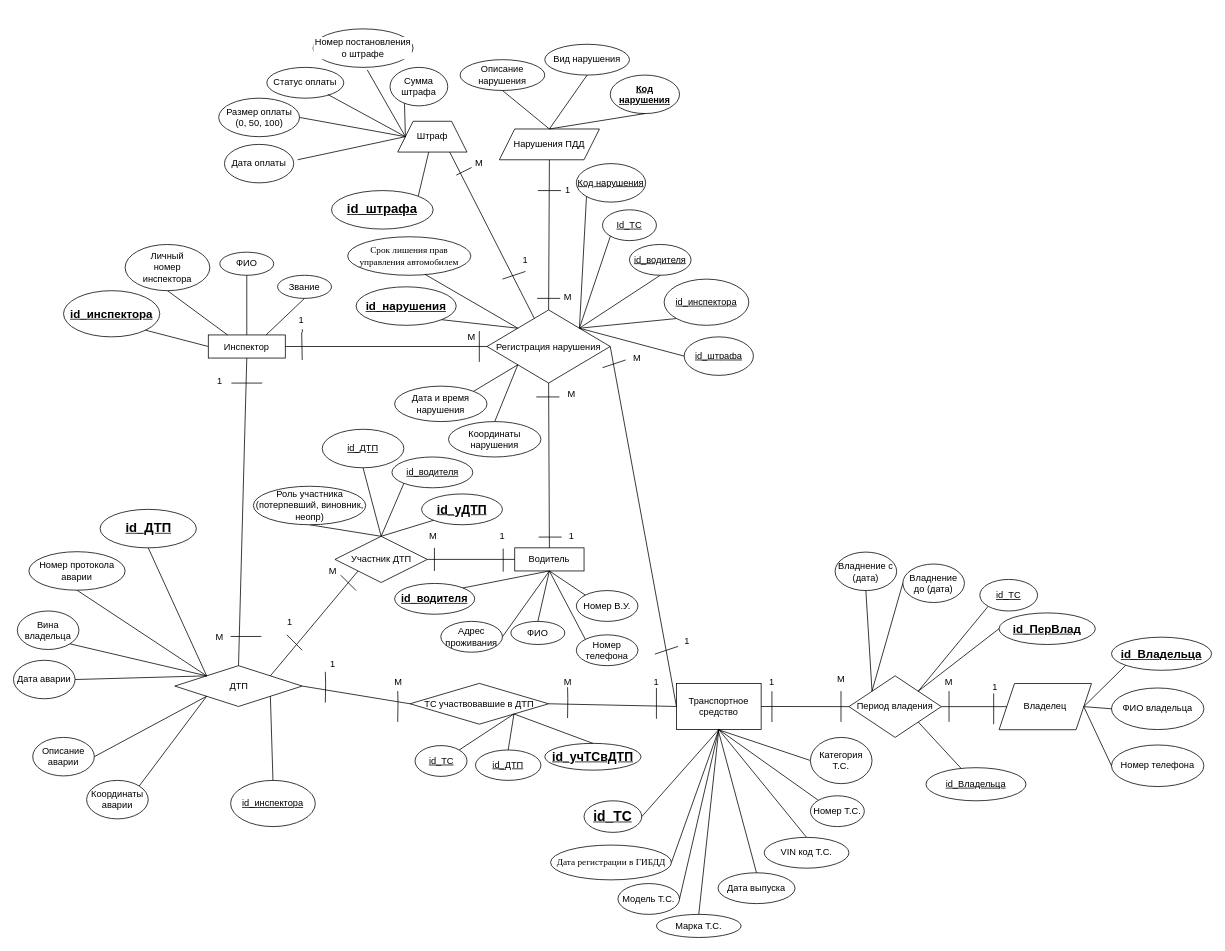
The draw.io diagram page "Страница — 1" (1 of 2) of Диаграмма без названия.drawio in GAIshnik02/dbLab2, before the edit. Source tidied: cells renumbered, new cells numbered last; positions are measured from the earlier drawing's top-left corner, leaving out a move shared by most shapes. Both pictures are drawn from the tidied source at 77%, with x=0, y=0 at pixel (13, 28).
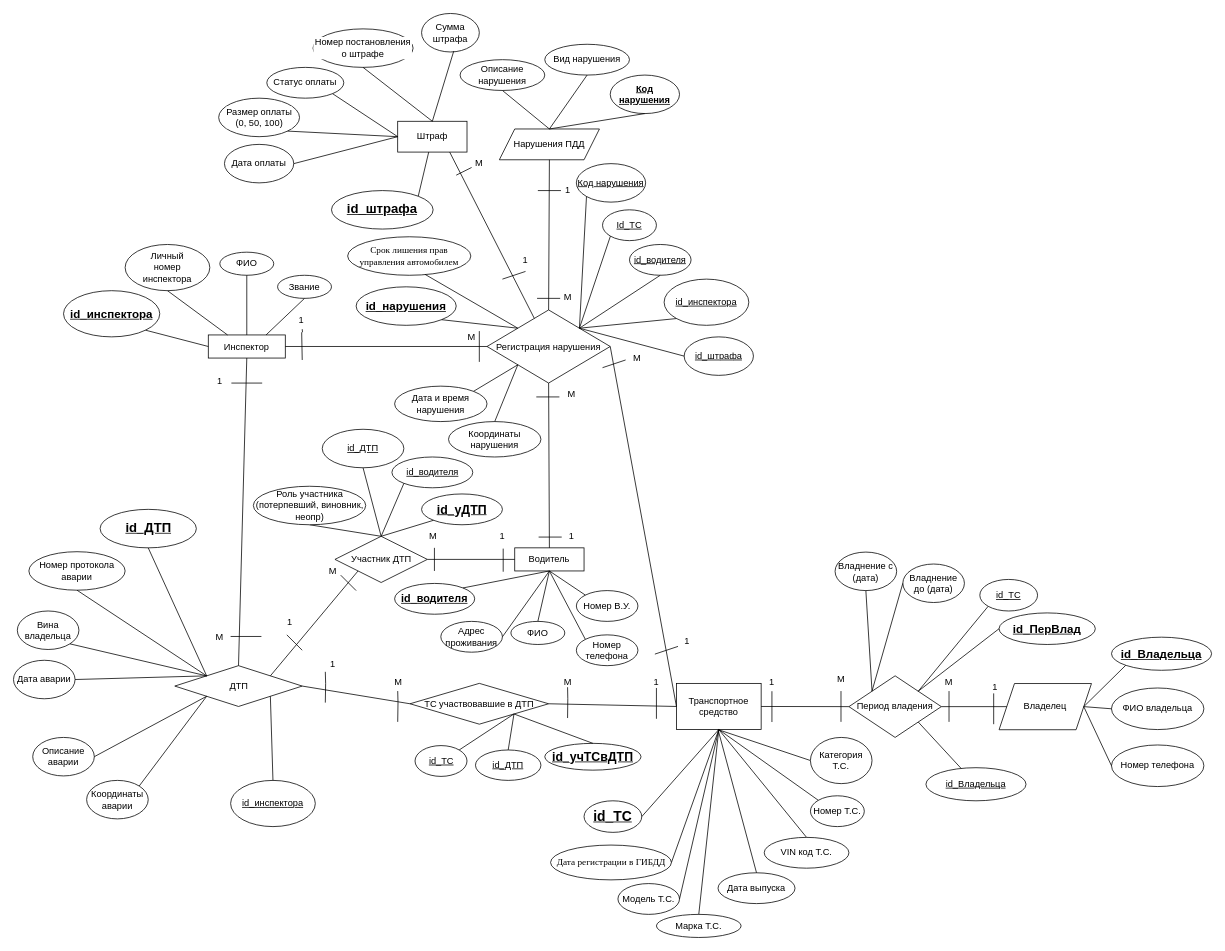
Above is the later version.

Unchanged cells that the change refers to:
```xml
<mxCell id="43" value="Размер оплаты&lt;div&gt;(0, 50, 100)&lt;/div&gt;" style="ellipse;whiteSpace=wrap;html=1;labelBackgroundColor=#FFFFFF;" parent="1" vertex="1">
  <mxGeometry x="266.5" y="90" width="105" height="50" as="geometry" />
</mxCell>
<mxCell id="44" value="Статус оплаты" style="ellipse;whiteSpace=wrap;html=1;labelBackgroundColor=#FFFFFF;" parent="1" vertex="1">
  <mxGeometry x="329" y="50" width="100" height="40" as="geometry" />
</mxCell>
<mxCell id="45" value="Дата оплаты" style="ellipse;whiteSpace=wrap;html=1;fontStyle=0;labelBackgroundColor=#FFFFFF;" parent="1" vertex="1">
  <mxGeometry x="274" y="150" width="90" height="50" as="geometry" />
</mxCell>
<mxCell id="46" value="Номер постановления о штрафе" style="ellipse;whiteSpace=wrap;html=1;fontStyle=0;labelBackgroundColor=#FFFFFF;" parent="1" vertex="1">
  <mxGeometry x="389" width="130" height="50" as="geometry" />
</mxCell>
```

Change to the diagram source:
```diff
@@
-    <mxCell id="56" value="Штраф" style="shape=trapezoid;perimeter=trapezoidPerimeter;whiteSpace=wrap;html=1;fixedSize=1;labelBackgroundColor=#FFFFFF;" parent="1" vertex="1">
+    <mxCell id="56" value="Штраф" style="rounded=0;whiteSpace=wrap;html=1;" parent="1" vertex="1">
       <mxGeometry x="499" y="120" width="90" height="40" as="geometry" />
     </mxCell>
@@
     <mxCell id="60" value="Сумма штрафа" style="ellipse;whiteSpace=wrap;html=1;" parent="1" vertex="1">
-      <mxGeometry x="489" y="50" width="75" height="50" as="geometry" />
+      <mxGeometry x="530" y="-20" width="75" height="50" as="geometry" />
     </mxCell>
@@
-    <mxCell id="68" style="endArrow=none;html=1;rounded=0;entryX=0.542;entryY=1.064;entryDx=0;entryDy=0;entryPerimeter=0;" parent="1" edge="1" target="46">
-      <mxGeometry relative="1" as="geometry">
-        <mxPoint x="509" y="140" as="sourcePoint" />
-      </mxGeometry>
-    </mxCell>
-    <mxCell id="69" style="endArrow=none;html=1;rounded=0;entryX=1;entryY=0.5;entryDx=0;entryDy=0;" parent="1" edge="1" target="43">
-      <mxGeometry relative="1" as="geometry">
-        <mxPoint x="509" y="140" as="sourcePoint" />
-      </mxGeometry>
-    </mxCell>
-    <mxCell id="70" style="endArrow=none;html=1;rounded=0;entryX=0.792;entryY=0.88;entryDx=0;entryDy=0;entryPerimeter=0;" parent="1" edge="1" target="44">
-      <mxGeometry relative="1" as="geometry">
-        <mxPoint x="509" y="140" as="sourcePoint" />
-      </mxGeometry>
-    </mxCell>
-    <mxCell id="71" style="endArrow=none;html=1;rounded=0;exitX=0;exitY=0.5;exitDx=0;exitDy=0;" parent="1" edge="1" source="56">
-      <mxGeometry relative="1" as="geometry">
-        <mxPoint x="369" y="170" as="targetPoint" />
-      </mxGeometry>
-    </mxCell>
-    <mxCell id="72" style="endArrow=none;html=1;rounded=0;entryX=0.251;entryY=0.935;entryDx=0;entryDy=0;exitX=0;exitY=0.5;exitDx=0;exitDy=0;entryPerimeter=0;" parent="1" edge="1" source="56" target="60">
-      <mxGeometry relative="1" as="geometry">
-        <Array as="points">
-          <mxPoint x="509" y="140" />
-        </Array>
-      </mxGeometry>
-    </mxCell>
@@
+    <mxCell id="72" style="endArrow=none;html=1;rounded=0;entryX=0.557;entryY=0.978;entryDx=0;entryDy=0;entryPerimeter=0;exitX=0.5;exitY=0;exitDx=0;exitDy=0;" parent="1" edge="1" source="56" target="60">
+      <mxGeometry relative="1" as="geometry" />
+    </mxCell>
+    <mxCell id="189" style="endArrow=none;html=1;rounded=0;exitX=0.5;exitY=1;exitDx=0;exitDy=0;entryX=0.5;entryY=0;entryDx=0;entryDy=0;" parent="1" edge="1" source="46" target="56">
+      <mxGeometry relative="1" as="geometry" />
+    </mxCell>
+    <mxCell id="190" style="endArrow=none;html=1;rounded=0;entryX=1;entryY=1;entryDx=0;entryDy=0;exitX=0;exitY=0.5;exitDx=0;exitDy=0;" parent="1" edge="1" source="56" target="44">
+      <mxGeometry relative="1" as="geometry" />
+    </mxCell>
+    <mxCell id="191" style="endArrow=none;html=1;rounded=0;entryX=1;entryY=1;entryDx=0;entryDy=0;exitX=0;exitY=0.5;exitDx=0;exitDy=0;" parent="1" edge="1" source="56" target="43">
+      <mxGeometry relative="1" as="geometry" />
+    </mxCell>
+    <mxCell id="192" style="endArrow=none;html=1;rounded=0;entryX=1;entryY=0.5;entryDx=0;entryDy=0;exitX=0;exitY=0.5;exitDx=0;exitDy=0;" parent="1" edge="1" source="56" target="45">
+      <mxGeometry relative="1" as="geometry" />
+    </mxCell>
```
